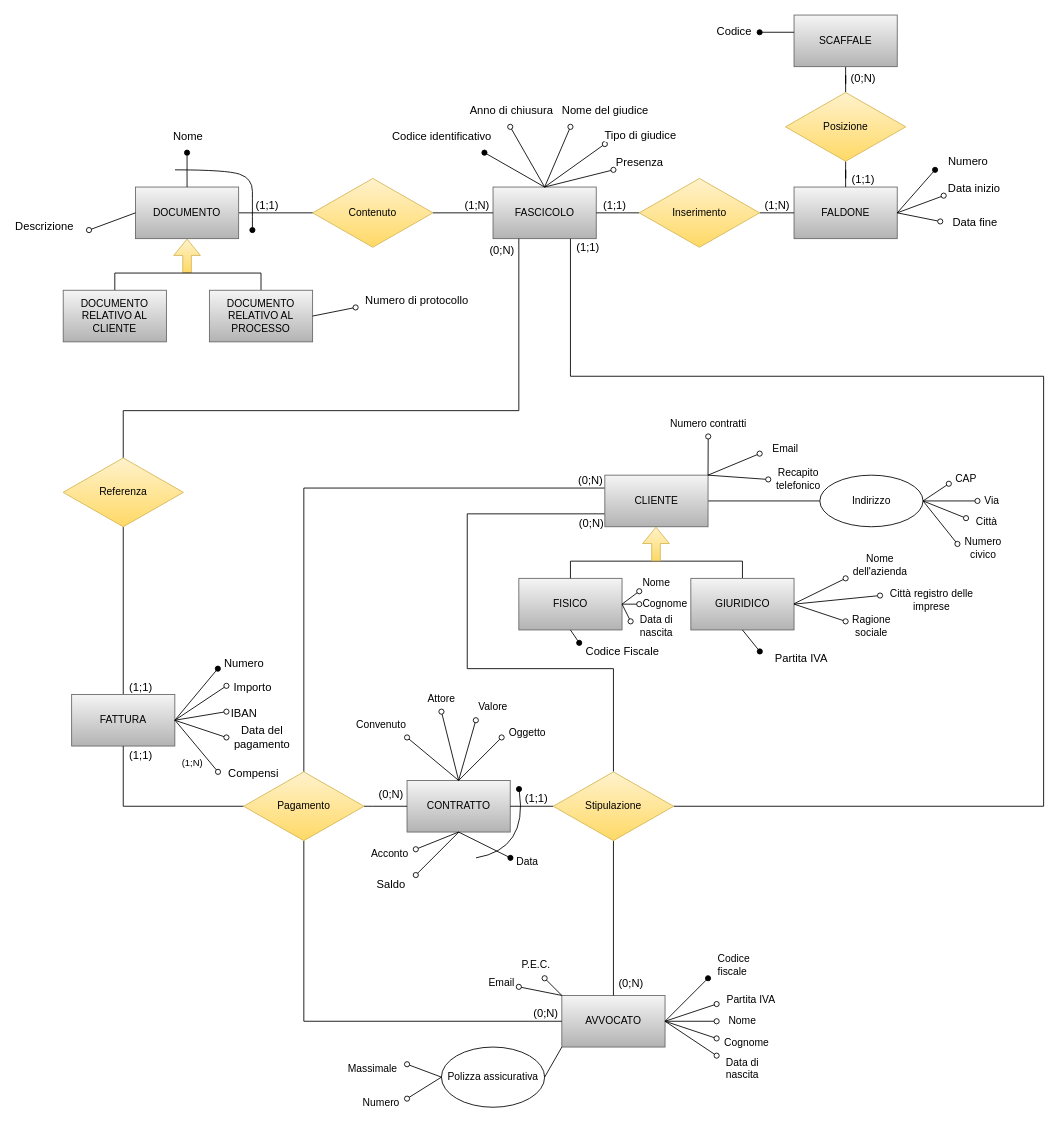
Before: DiagrammaER_Completo_Iniziale.drawio in AndreaCiv/BasiDiDati, a draw.io diagram. Source tidied: cells renumbered, new cells numbered last; positions are measured from the earlier drawing's top-left corner, leaving out a move shared by most shapes. Both pictures are drawn from the tidied source at 86%, with x=0, y=0 at pixel (63, 15).
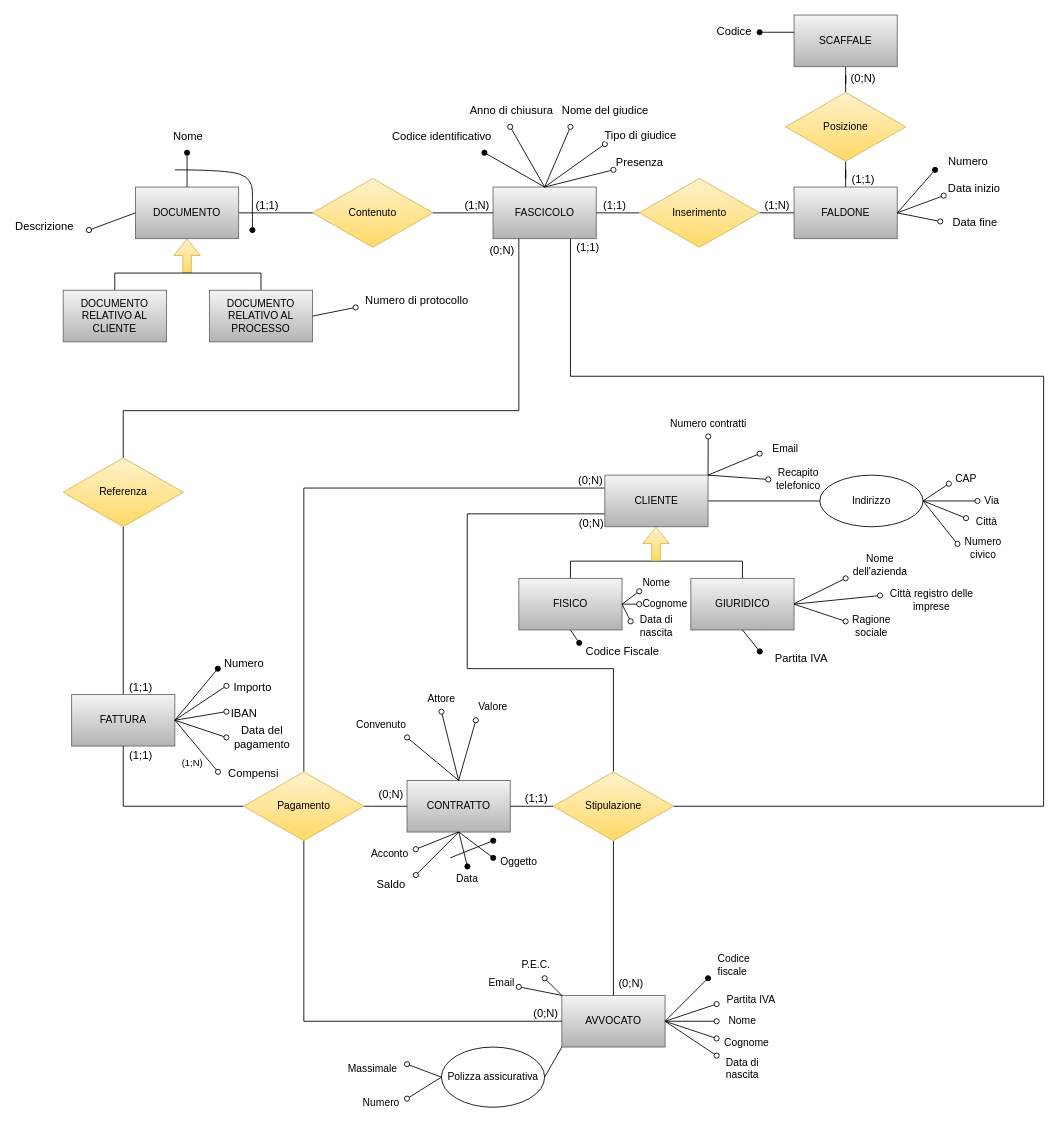
After the change.

Commit message (it also covers changes not shown here):
Modifica chiave contratto e diagramma er di mezzo

Unchanged cells that the change refers to:
```xml
<mxCell id="49" value="CONTRATTO" style="rounded=0;whiteSpace=wrap;html=1;fillColor=#f5f5f5;gradientColor=#b3b3b3;strokeColor=#666666;" parent="1" vertex="1">
  <mxGeometry x="399.8" y="890" width="120" height="60" as="geometry" />
</mxCell>
```

Diff of the diagram source:
```diff
@@
-    <mxCell id="80" style="endArrow=oval;html=1;rounded=0;endFill=0;" parent="1" edge="1">
+    <mxCell id="80" style="endArrow=oval;html=1;rounded=0;endFill=1;" parent="1" edge="1">
       <mxGeometry relative="1" as="geometry">
-        <mxPoint x="459.8" y="890" as="sourcePoint" />
-        <mxPoint x="509.8" y="840" as="targetPoint" />
+        <mxPoint x="460" y="950" as="sourcePoint" />
+        <mxPoint x="500" y="980" as="targetPoint" />
       </mxGeometry>
     </mxCell>
     <mxCell id="81" value="Oggetto" style="text;html=1;strokeColor=none;fillColor=none;align=center;verticalAlign=middle;whiteSpace=wrap;rounded=0;" parent="1" vertex="1">
-      <mxGeometry x="509.8" y="820" width="60" height="30" as="geometry" />
+      <mxGeometry x="499.8" y="970" width="60" height="30" as="geometry" />
     </mxCell>
@@
-    <mxCell id="90" style="endArrow=oval;html=1;rounded=0;endFill=1;exitX=0.5;exitY=1;exitDx=0;exitDy=0;" parent="1" edge="1" source="49">
+    <mxCell id="90" style="endArrow=oval;html=1;rounded=0;endFill=1;" parent="1" edge="1">
       <mxGeometry relative="1" as="geometry">
-        <mxPoint x="520" y="980" as="targetPoint" />
+        <mxPoint x="460" y="950" as="sourcePoint" />
+        <mxPoint x="470" y="990" as="targetPoint" />
       </mxGeometry>
     </mxCell>
     <mxCell id="91" value="Data" style="text;html=1;strokeColor=none;fillColor=none;align=center;verticalAlign=middle;whiteSpace=wrap;rounded=0;" parent="1" vertex="1">
-      <mxGeometry x="509.8" y="970" width="60" height="30" as="geometry" />
+      <mxGeometry x="439.8" y="990" width="60" height="30" as="geometry" />
     </mxCell>
@@
-    <mxCell id="147" style="curved=1;endArrow=oval;html=1;rounded=0;endFill=1;" parent="1" edge="1">
-      <mxGeometry relative="1" as="geometry">
-        <mxPoint x="480" y="980" as="sourcePoint" />
-        <mxPoint x="530" y="900" as="targetPoint" />
-        <Array as="points">
-          <mxPoint x="540" y="970" />
-        </Array>
-      </mxGeometry>
-    </mxCell>
@@
+    <mxCell id="159" style="endArrow=oval;html=1;rounded=0;endFill=1;" parent="1" edge="1">
+      <mxGeometry relative="1" as="geometry">
+        <mxPoint x="450" y="980" as="sourcePoint" />
+        <mxPoint x="500" y="960" as="targetPoint" />
+      </mxGeometry>
+    </mxCell>
```
